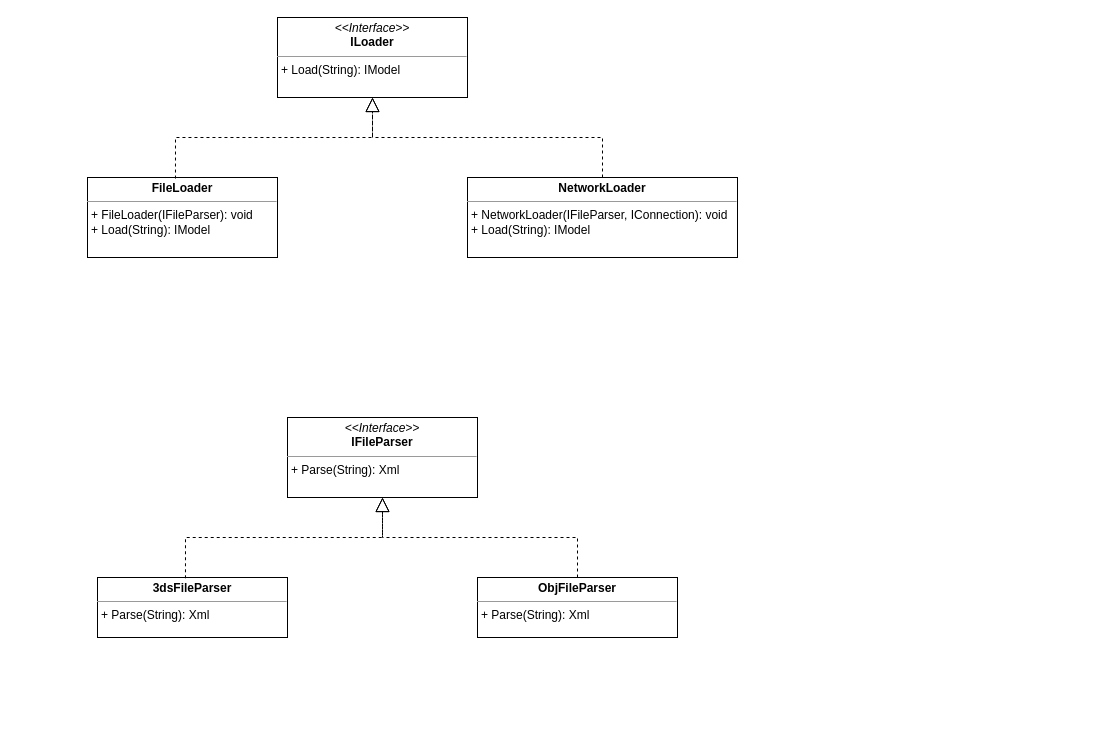
SheinEA/gb_architect keeps this draw.io diagram as page "Loading" (1 of 2) of module_2/Classes.drawio. Above is the earlier version. Source tidied: cells renumbered, new cells numbered last; positions are measured from the earlier drawing's top-left corner, leaving out a move shared by most shapes. Both pictures are drawn from the tidied source at 100%, with x=0, y=0 at pixel (87, 17).
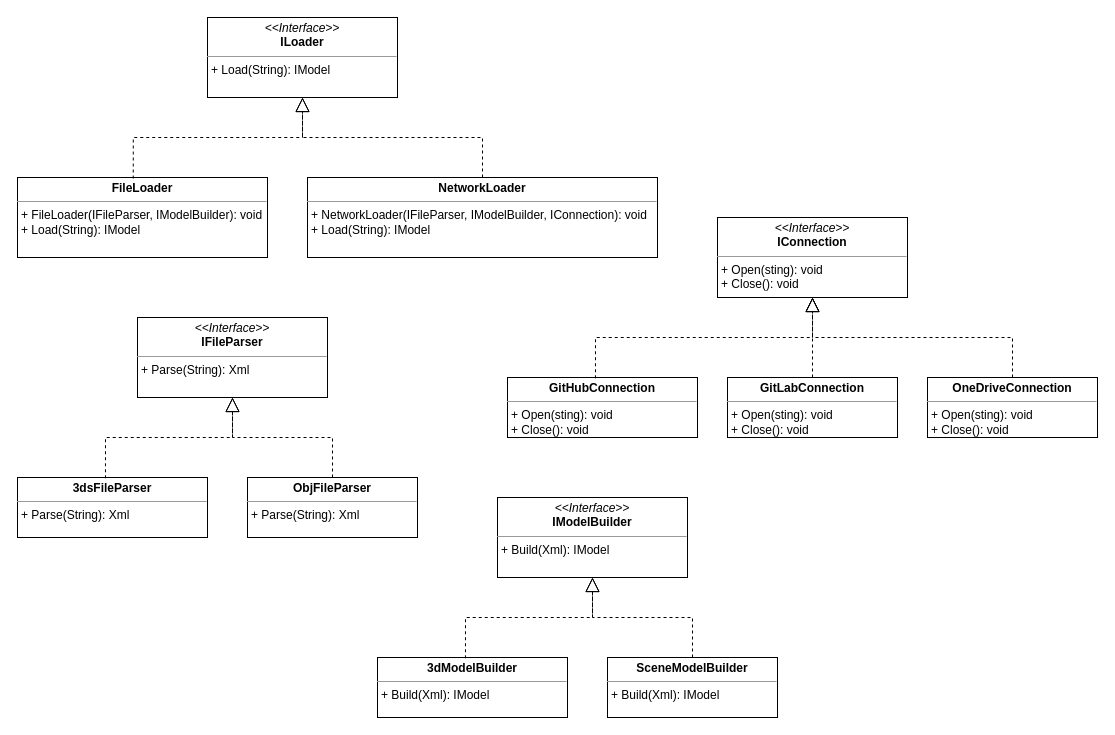
After the change.

The edit, as a diff of the source:
```diff
@@
     <mxCell id="2" value="&lt;p style=&quot;margin: 0px ; margin-top: 4px ; text-align: center&quot;&gt;&lt;i&gt;&amp;lt;&amp;lt;Interface&amp;gt;&amp;gt;&lt;/i&gt;&lt;br&gt;&lt;b&gt;ILoader&lt;/b&gt;&lt;/p&gt;&lt;hr size=&quot;1&quot;&gt;&lt;p style=&quot;margin: 0px ; margin-left: 4px&quot;&gt;+ Load(String): IModel&lt;br&gt;&lt;/p&gt;" style="verticalAlign=top;align=left;overflow=fill;fontSize=12;fontFamily=Helvetica;html=1;" parent="1" vertex="1">
-      <mxGeometry x="190" width="190" height="80" as="geometry" />
+      <mxGeometry x="120" width="190" height="80" as="geometry" />
     </mxCell>
-    <mxCell id="3" value="&lt;p style=&quot;margin: 0px ; margin-top: 4px ; text-align: center&quot;&gt;&lt;b&gt;FileLoader&lt;/b&gt;&lt;br&gt;&lt;/p&gt;&lt;hr size=&quot;1&quot;&gt;&lt;p style=&quot;margin: 0px ; margin-left: 4px&quot;&gt;+ FileLoader(IFileParser): void&lt;/p&gt;&lt;p style=&quot;margin: 0px ; margin-left: 4px&quot;&gt;+ Load(String): IModel&lt;br&gt;&lt;/p&gt;" style="verticalAlign=top;align=left;overflow=fill;fontSize=12;fontFamily=Helvetica;html=1;" parent="1" vertex="1">
-      <mxGeometry y="160" width="190" height="80" as="geometry" />
+    <mxCell id="3" value="&lt;p style=&quot;margin: 0px ; margin-top: 4px ; text-align: center&quot;&gt;&lt;b&gt;FileLoader&lt;/b&gt;&lt;br&gt;&lt;/p&gt;&lt;hr size=&quot;1&quot;&gt;&lt;p style=&quot;margin: 0px ; margin-left: 4px&quot;&gt;+ FileLoader(IFileParser, IModelBuilder): void&lt;/p&gt;&lt;p style=&quot;margin: 0px ; margin-left: 4px&quot;&gt;+ Load(String): IModel&lt;br&gt;&lt;/p&gt;" style="verticalAlign=top;align=left;overflow=fill;fontSize=12;fontFamily=Helvetica;html=1;" parent="1" vertex="1">
+      <mxGeometry x="-70" y="160" width="250" height="80" as="geometry" />
     </mxCell>
-    <mxCell id="4" value="&lt;p style=&quot;margin: 0px ; margin-top: 4px ; text-align: center&quot;&gt;&lt;b&gt;NetworkLoader&lt;/b&gt;&lt;br&gt;&lt;/p&gt;&lt;hr size=&quot;1&quot;&gt;&lt;p style=&quot;margin: 0px ; margin-left: 4px&quot;&gt;+ NetworkLoader(IFileParser, IConnection): void&lt;/p&gt;&lt;p style=&quot;margin: 0px ; margin-left: 4px&quot;&gt;+ Load(String): IModel&lt;/p&gt;" style="verticalAlign=top;align=left;overflow=fill;fontSize=12;fontFamily=Helvetica;html=1;" parent="1" vertex="1">
-      <mxGeometry x="380" y="160" width="270" height="80" as="geometry" />
+    <mxCell id="4" value="&lt;p style=&quot;margin: 0px ; margin-top: 4px ; text-align: center&quot;&gt;&lt;b&gt;NetworkLoader&lt;/b&gt;&lt;br&gt;&lt;/p&gt;&lt;hr size=&quot;1&quot;&gt;&lt;p style=&quot;margin: 0px ; margin-left: 4px&quot;&gt;+ NetworkLoader(IFileParser, IModelBuilder, IConnection): void&lt;/p&gt;&lt;p style=&quot;margin: 0px ; margin-left: 4px&quot;&gt;+ Load(String): IModel&lt;/p&gt;" style="verticalAlign=top;align=left;overflow=fill;fontSize=12;fontFamily=Helvetica;html=1;" parent="1" vertex="1">
+      <mxGeometry x="220" y="160" width="350" height="80" as="geometry" />
     </mxCell>
@@
     <mxCell id="7" value="&lt;p style=&quot;margin: 0px ; margin-top: 4px ; text-align: center&quot;&gt;&lt;i&gt;&amp;lt;&amp;lt;Interface&amp;gt;&amp;gt;&lt;/i&gt;&lt;br&gt;&lt;b&gt;IFileParser&lt;/b&gt;&lt;/p&gt;&lt;hr size=&quot;1&quot;&gt;&lt;p style=&quot;margin: 0px ; margin-left: 4px&quot;&gt;+ Parse(String): Xml&lt;br&gt;&lt;/p&gt;" style="verticalAlign=top;align=left;overflow=fill;fontSize=12;fontFamily=Helvetica;html=1;" parent="1" vertex="1">
-      <mxGeometry x="200" y="400" width="190" height="80" as="geometry" />
+      <mxGeometry x="50" y="300" width="190" height="80" as="geometry" />
     </mxCell>
     <mxCell id="8" value="&lt;p style=&quot;margin: 0px ; margin-top: 4px ; text-align: center&quot;&gt;&lt;b&gt;3dsFileParser&lt;/b&gt;&lt;/p&gt;&lt;hr size=&quot;1&quot;&gt;&lt;p style=&quot;margin: 0px ; margin-left: 4px&quot;&gt;+ Parse(String): Xml&lt;br&gt;&lt;/p&gt;" style="verticalAlign=top;align=left;overflow=fill;fontSize=12;fontFamily=Helvetica;html=1;" parent="1" vertex="1">
-      <mxGeometry x="10" y="560" width="190" height="60" as="geometry" />
+      <mxGeometry x="-70" y="460" width="190" height="60" as="geometry" />
     </mxCell>
     <mxCell id="9" value="&lt;p style=&quot;outline: 0px ; margin: 4px 0px 0px ; text-align: center&quot;&gt;&lt;b style=&quot;outline: 0px&quot;&gt;ObjFileParser&lt;/b&gt;&lt;/p&gt;&lt;hr size=&quot;1&quot;&gt;&lt;p style=&quot;margin: 0px 0px 0px 4px&quot;&gt;+ Parse(String): Xml&lt;/p&gt;" style="verticalAlign=top;align=left;overflow=fill;fontSize=12;fontFamily=Helvetica;html=1;" parent="1" vertex="1">
-      <mxGeometry x="390" y="560" width="200" height="60" as="geometry" />
+      <mxGeometry x="160" y="460" width="170" height="60" as="geometry" />
     </mxCell>
@@
+    <mxCell id="12" value="&lt;p style=&quot;margin: 0px ; margin-top: 4px ; text-align: center&quot;&gt;&lt;i&gt;&amp;lt;&amp;lt;Interface&amp;gt;&amp;gt;&lt;/i&gt;&lt;br&gt;&lt;b&gt;IModelBuilder&lt;/b&gt;&lt;/p&gt;&lt;hr size=&quot;1&quot;&gt;&lt;p style=&quot;margin: 0px ; margin-left: 4px&quot;&gt;+ Build(Xml): IModel&lt;br&gt;&lt;/p&gt;" style="verticalAlign=top;align=left;overflow=fill;fontSize=12;fontFamily=Helvetica;html=1;" parent="1" vertex="1">
+      <mxGeometry x="410" y="480" width="190" height="80" as="geometry" />
+    </mxCell>
+    <mxCell id="13" value="&lt;p style=&quot;margin: 0px ; margin-top: 4px ; text-align: center&quot;&gt;&lt;b&gt;3dModelBuilder&lt;/b&gt;&lt;/p&gt;&lt;hr size=&quot;1&quot;&gt;&lt;p style=&quot;margin: 0px ; margin-left: 4px&quot;&gt;+ Build(Xml): IModel&lt;br&gt;&lt;/p&gt;" style="verticalAlign=top;align=left;overflow=fill;fontSize=12;fontFamily=Helvetica;html=1;" parent="1" vertex="1">
+      <mxGeometry x="290" y="640" width="190" height="60" as="geometry" />
+    </mxCell>
+    <mxCell id="14" value="&lt;p style=&quot;outline: 0px ; margin: 4px 0px 0px ; text-align: center&quot;&gt;&lt;b style=&quot;outline: 0px&quot;&gt;SceneModelBuilder&lt;/b&gt;&lt;/p&gt;&lt;hr size=&quot;1&quot;&gt;&lt;p style=&quot;margin: 0px 0px 0px 4px&quot;&gt;+ Build(Xml): IModel&lt;br&gt;&lt;/p&gt;" style="verticalAlign=top;align=left;overflow=fill;fontSize=12;fontFamily=Helvetica;html=1;" parent="1" vertex="1">
+      <mxGeometry x="520" y="640" width="170" height="60" as="geometry" />
+    </mxCell>
+    <mxCell id="15" style="endArrow=block;dashed=1;endFill=0;endSize=12;html=1;entryX=0.5;entryY=1;entryDx=0;entryDy=0;exitX=0.463;exitY=0.013;exitDx=0;exitDy=0;exitPerimeter=0;edgeStyle=orthogonalEdgeStyle;rounded=0;" parent="1" edge="1" source="13" target="12">
+      <mxGeometry relative="1" as="geometry" />
+    </mxCell>
+    <mxCell id="16" style="endArrow=block;dashed=1;endFill=0;endSize=12;html=1;exitX=0.5;exitY=0;exitDx=0;exitDy=0;edgeStyle=orthogonalEdgeStyle;rounded=0;" parent="1" edge="1" source="14" target="12">
+      <mxGeometry relative="1" as="geometry" />
+    </mxCell>
+    <mxCell id="17" value="&lt;p style=&quot;margin: 0px ; margin-top: 4px ; text-align: center&quot;&gt;&lt;i&gt;&amp;lt;&amp;lt;Interface&amp;gt;&amp;gt;&lt;/i&gt;&lt;br&gt;&lt;b&gt;IConnection&lt;/b&gt;&lt;/p&gt;&lt;hr size=&quot;1&quot;&gt;&lt;p style=&quot;margin: 0px ; margin-left: 4px&quot;&gt;+ Open(sting): void&lt;br&gt;&lt;/p&gt;&lt;p style=&quot;margin: 0px ; margin-left: 4px&quot;&gt;+ Close(): void&lt;br&gt;&lt;/p&gt;" style="verticalAlign=top;align=left;overflow=fill;fontSize=12;fontFamily=Helvetica;html=1;" parent="1" vertex="1">
+      <mxGeometry x="630" y="200" width="190" height="80" as="geometry" />
+    </mxCell>
+    <mxCell id="18" value="&lt;p style=&quot;margin: 4px 0px 0px ; text-align: center&quot;&gt;&lt;b&gt;GitHubConnection&lt;/b&gt;&lt;/p&gt;&lt;hr size=&quot;1&quot;&gt;&lt;p style=&quot;margin: 0px 0px 0px 4px&quot;&gt;+ Open(sting): void&lt;br&gt;&lt;/p&gt;&lt;p style=&quot;margin: 0px 0px 0px 4px&quot;&gt;+ Close(): void&lt;/p&gt;" style="verticalAlign=top;align=left;overflow=fill;fontSize=12;fontFamily=Helvetica;html=1;" parent="1" vertex="1">
+      <mxGeometry x="420" y="360" width="190" height="60" as="geometry" />
+    </mxCell>
+    <mxCell id="19" value="&lt;p style=&quot;margin: 4px 0px 0px ; text-align: center&quot;&gt;&lt;b&gt;GitLabConnection&lt;/b&gt;&lt;/p&gt;&lt;hr size=&quot;1&quot; style=&quot;outline: 0px&quot;&gt;&lt;p style=&quot;margin: 0px 0px 0px 4px&quot;&gt;+ Open(sting): void&lt;br&gt;&lt;/p&gt;&lt;p style=&quot;margin: 0px 0px 0px 4px&quot;&gt;+ Close(): void&lt;/p&gt;" style="verticalAlign=top;align=left;overflow=fill;fontSize=12;fontFamily=Helvetica;html=1;" parent="1" vertex="1">
+      <mxGeometry x="640" y="360" width="170" height="60" as="geometry" />
+    </mxCell>
+    <mxCell id="20" style="endArrow=block;dashed=1;endFill=0;endSize=12;html=1;entryX=0.5;entryY=1;entryDx=0;entryDy=0;exitX=0.463;exitY=0.013;exitDx=0;exitDy=0;exitPerimeter=0;edgeStyle=orthogonalEdgeStyle;rounded=0;" parent="1" edge="1" source="18" target="17">
+      <mxGeometry relative="1" as="geometry" />
+    </mxCell>
+    <mxCell id="21" style="endArrow=block;dashed=1;endFill=0;endSize=12;html=1;exitX=0.5;exitY=0;exitDx=0;exitDy=0;edgeStyle=orthogonalEdgeStyle;rounded=0;" parent="1" edge="1" source="19" target="17">
+      <mxGeometry relative="1" as="geometry" />
+    </mxCell>
+    <mxCell id="22" value="&lt;p style=&quot;margin: 4px 0px 0px ; text-align: center&quot;&gt;&lt;b&gt;OneDriveConnection&lt;/b&gt;&lt;/p&gt;&lt;hr size=&quot;1&quot; style=&quot;outline: 0px&quot;&gt;&lt;p style=&quot;margin: 0px 0px 0px 4px&quot;&gt;+ Open(sting): void&lt;br&gt;&lt;/p&gt;&lt;p style=&quot;margin: 0px 0px 0px 4px&quot;&gt;+ Close(): void&lt;/p&gt;" style="verticalAlign=top;align=left;overflow=fill;fontSize=12;fontFamily=Helvetica;html=1;" parent="1" vertex="1">
+      <mxGeometry x="840" y="360" width="170" height="60" as="geometry" />
+    </mxCell>
+    <mxCell id="23" style="endArrow=block;dashed=1;endFill=0;endSize=12;html=1;exitX=0.5;exitY=0;exitDx=0;exitDy=0;edgeStyle=orthogonalEdgeStyle;rounded=0;" parent="1" edge="1" source="22" target="17">
+      <mxGeometry relative="1" as="geometry" />
+    </mxCell>
```
